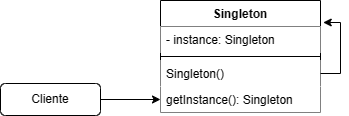
Above: padroes-de-projetos/Singleton/UML/SingletonUML.png in MurilowJr/bertoti (draw.io), before the change. Source tidied: cells renumbered, new cells last; positions are measured from the earlier drawing's top-left corner, leaving out a move shared by most shapes.
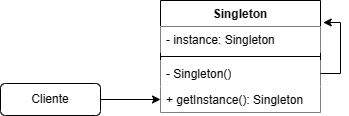
The same diagram one commit later.

The edit, as a diff of the source:
```diff
@@ -11,10 +11,10 @@
     <mxCell id="4" style="line;strokeWidth=1;fillColor=none;align=left;verticalAlign=middle;spacingTop=-1;spacingLeft=3;spacingRight=3;labelPosition=right;strokeColor=inherit;" parent="2" vertex="1">
       <mxGeometry y="52" width="160" height="8" as="geometry" />
     </mxCell>
-    <mxCell id="5" value="Singleton()" style="text;strokeColor=none;fillColor=default;align=left;verticalAlign=top;spacingLeft=4;spacingRight=4;overflow=hidden;points=[[0,0.5],[1,0.5]];portConstraint=eastwest;whiteSpace=wrap;html=1;" parent="2" vertex="1">
+    <mxCell id="5" value="- Singleton()" style="text;strokeColor=none;fillColor=default;align=left;verticalAlign=top;spacingLeft=4;spacingRight=4;overflow=hidden;points=[[0,0.5],[1,0.5]];portConstraint=eastwest;whiteSpace=wrap;html=1;" parent="2" vertex="1">
       <mxGeometry y="60" width="160" height="26" as="geometry" />
     </mxCell>
-    <mxCell id="6" value="getInstance(): Singleton" style="text;strokeColor=none;fillColor=default;align=left;verticalAlign=top;spacingLeft=4;spacingRight=4;overflow=hidden;points=[[0,0.5],[1,0.5]];portConstraint=eastwest;whiteSpace=wrap;html=1;" parent="2" vertex="1">
+    <mxCell id="6" value="+ getInstance(): Singleton" style="text;strokeColor=none;fillColor=default;align=left;verticalAlign=top;spacingLeft=4;spacingRight=4;overflow=hidden;points=[[0,0.5],[1,0.5]];portConstraint=eastwest;whiteSpace=wrap;html=1;" parent="2" vertex="1">
       <mxGeometry y="86" width="160" height="26" as="geometry" />
     </mxCell>
     <mxCell id="7" style="edgeStyle=orthogonalEdgeStyle;rounded=0;jettySize=auto;html=1;exitX=1;exitY=0.5;exitDx=0;exitDy=0;entryX=1.017;entryY=-0.154;entryDx=0;entryDy=0;entryPerimeter=0;" parent="2" edge="1" source="5" target="3">
```
